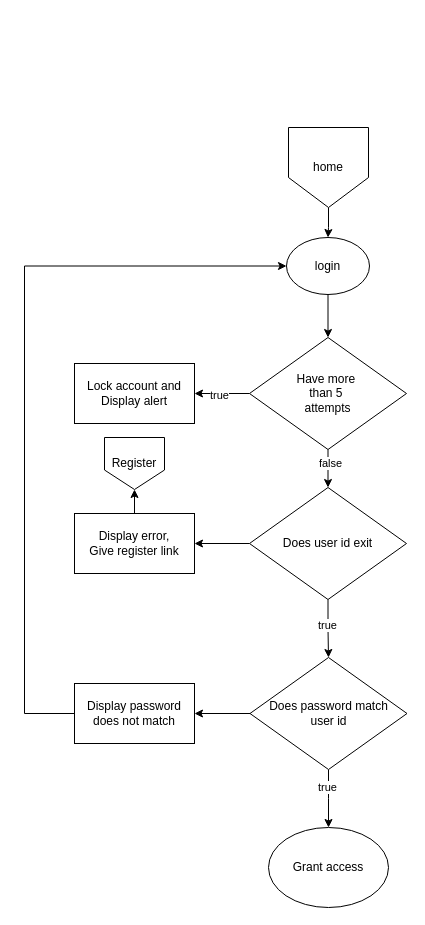
The draw.io diagram page "login" (3 of 3) of diagrams/program.drawio in University-Bangkok-JW/cs497-project, before the edit. Source tidied: cells renumbered, new cells numbered last; positions are measured from the earlier drawing's top-left corner, leaving out a move shared by most shapes. Both pictures are drawn from the tidied source at 100%, with x=0, y=0 at pixel (24, 127).
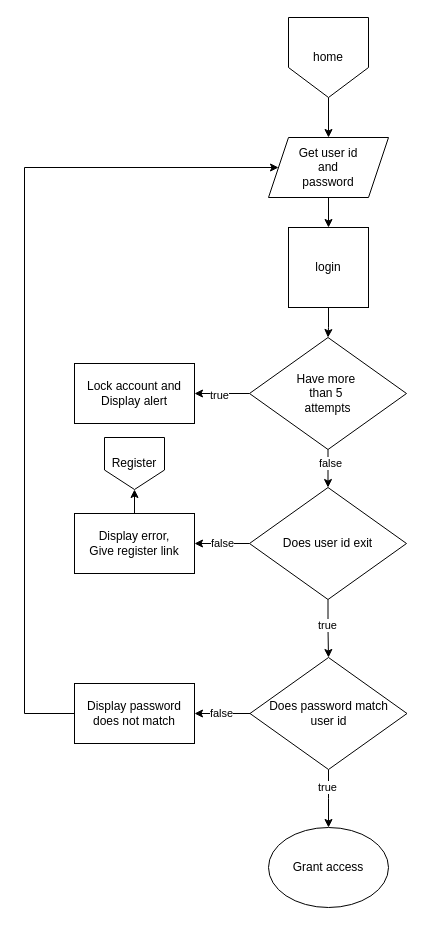
The same diagram, later.

Commit message:
Change flow chart logic

Unchanged cells that the change refers to:
```xml
<mxCell id="8" value="&lt;br&gt;Have more&amp;nbsp;&lt;div&gt;than 5&amp;nbsp;&lt;/div&gt;&lt;div&gt;attempts&lt;br&gt;&lt;br&gt;&lt;/div&gt;" style="rhombus;whiteSpace=wrap;html=1;" parent="1" vertex="1">
  <mxGeometry x="225" y="210" width="157" height="112" as="geometry" />
</mxCell>
<mxCell id="11" style="edgeStyle=orthogonalEdgeStyle;rounded=0;jettySize=auto;html=1;" parent="1" edge="1" source="12" target="21">
  <mxGeometry relative="1" as="geometry" />
</mxCell>
<mxCell id="15" style="edgeStyle=orthogonalEdgeStyle;rounded=0;jettySize=auto;html=1;" parent="1" edge="1" source="16" target="23">
  <mxGeometry relative="1" as="geometry" />
</mxCell>
<mxCell id="23" value="Display password&lt;div&gt;does not match&lt;br&gt;&lt;/div&gt;" style="rounded=0;whiteSpace=wrap;html=1;" parent="1" vertex="1">
  <mxGeometry x="50" y="556" width="120" height="60" as="geometry" />
</mxCell>
```

Diff of the diagram source:
```diff
@@
-    <mxCell id="2" style="edgeStyle=orthogonalEdgeStyle;rounded=0;jettySize=auto;html=1;" parent="1" edge="1" source="3" target="18">
-      <mxGeometry relative="1" as="geometry" />
-    </mxCell>
+    <mxCell id="26" style="edgeStyle=orthogonalEdgeStyle;rounded=0;jettySize=auto;html=1;" parent="1" edge="1" source="3" target="31">
+      <mxGeometry relative="1" as="geometry" />
+    </mxCell>
     <mxCell id="3" value="home" style="shape=offPageConnector;whiteSpace=wrap;html=1;" parent="1" vertex="1">
-      <mxGeometry x="264" width="80" height="80" as="geometry" />
+      <mxGeometry x="264" y="-110" width="80" height="80" as="geometry" />
     </mxCell>
@@
+    <mxCell id="27" value="false" style="edgeLabel;html=1;align=center;verticalAlign=middle;" parent="11" vertex="1">
+      <mxGeometry y="-1" relative="1" as="geometry" />
+    </mxCell>
@@
+    <mxCell id="28" value="false" style="edgeLabel;html=1;align=center;verticalAlign=middle;" parent="15" vertex="1">
+      <mxGeometry x="0.06" y="-1" relative="1" as="geometry" />
+    </mxCell>
@@
-    <mxCell id="17" style="edgeStyle=orthogonalEdgeStyle;rounded=0;jettySize=auto;html=1;" parent="1" edge="1" source="18" target="8">
-      <mxGeometry relative="1" as="geometry" />
-    </mxCell>
-    <mxCell id="18" value="login" style="ellipse;whiteSpace=wrap;html=1;" parent="1" vertex="1">
-      <mxGeometry x="262" y="110" width="83" height="57" as="geometry" />
-    </mxCell>
@@
-    <mxCell id="22" style="edgeStyle=orthogonalEdgeStyle;rounded=0;jettySize=auto;html=1;entryX=0;entryY=0.5;entryDx=0;entryDy=0;" parent="1" edge="1" source="23" target="18">
-      <mxGeometry relative="1" as="geometry">
-        <Array as="points">
-          <mxPoint y="586" />
-          <mxPoint y="139" />
-        </Array>
-      </mxGeometry>
-    </mxCell>
+    <mxCell id="29" style="edgeStyle=orthogonalEdgeStyle;rounded=0;jettySize=auto;html=1;entryX=0;entryY=0.5;entryDx=0;entryDy=0;" parent="1" edge="1" source="23" target="31">
+      <mxGeometry relative="1" as="geometry">
+        <Array as="points">
+          <mxPoint y="586" />
+          <mxPoint y="40" />
+        </Array>
+      </mxGeometry>
+    </mxCell>
@@
+    <mxCell id="30" style="edgeStyle=orthogonalEdgeStyle;rounded=0;jettySize=auto;html=1;" parent="1" edge="1" source="31" target="18">
+      <mxGeometry relative="1" as="geometry" />
+    </mxCell>
+    <mxCell id="31" value="Get user id&lt;div&gt;and&lt;div&gt;password&lt;/div&gt;&lt;/div&gt;" style="shape=parallelogram;perimeter=parallelogramPerimeter;whiteSpace=wrap;html=1;fixedSize=1;" parent="1" vertex="1">
+      <mxGeometry x="244" y="10" width="120" height="60" as="geometry" />
+    </mxCell>
+    <mxCell id="17" style="edgeStyle=orthogonalEdgeStyle;rounded=0;jettySize=auto;html=1;" parent="1" edge="1" source="18" target="8">
+      <mxGeometry relative="1" as="geometry" />
+    </mxCell>
+    <mxCell id="18" value="login" style="whiteSpace=wrap;html=1;" parent="1" vertex="1">
+      <mxGeometry x="264" y="100" width="80" height="80" as="geometry" />
+    </mxCell>
```
